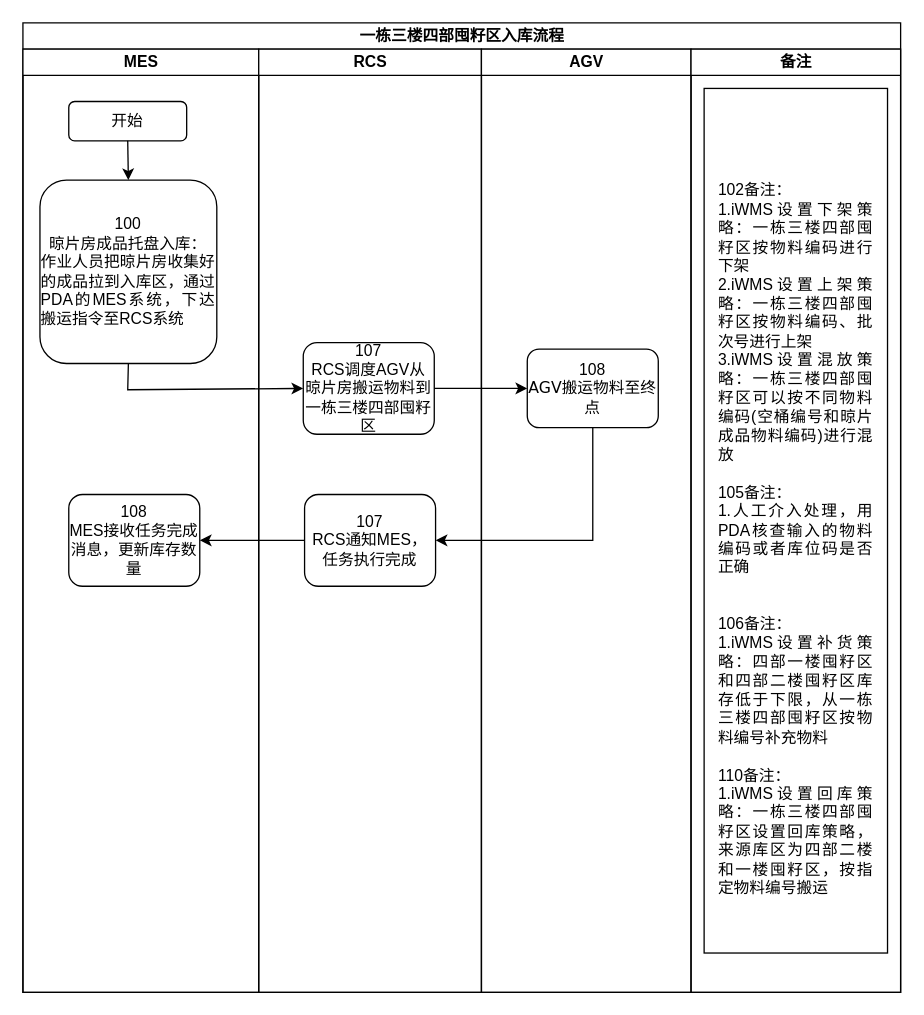
Earlier version of the draw.io diagram page "一栋三楼四部囤籽区入库流程" (8 of 18) of data/伍子醉-无MES业务流程图.drawio (chenyanxi/hosts). Source tidied: cells renumbered, new cells numbered last; positions are measured from the earlier drawing's top-left corner, leaving out a move shared by most shapes. Both pictures are drawn from the tidied source at 131%, with x=0, y=0 at pixel (22, 22).
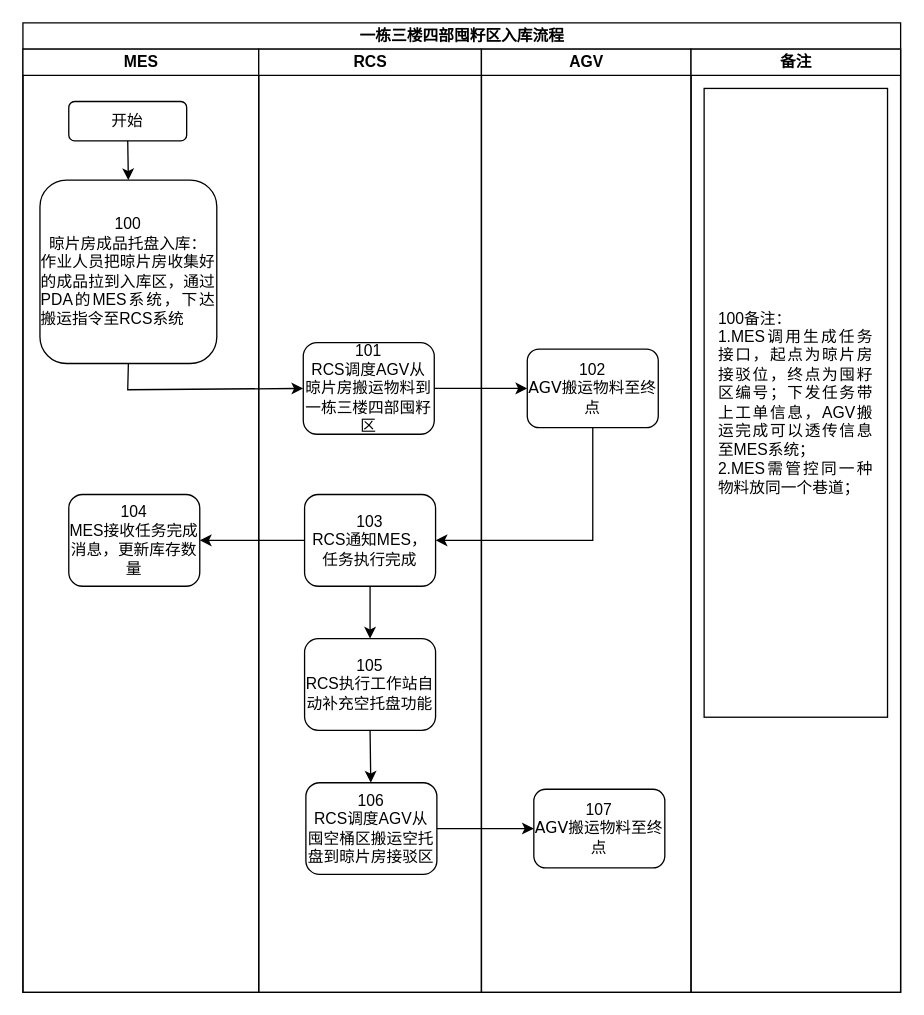
Above is the later version.

Unchanged cells that the change refers to:
```xml
<mxCell id="2" value="&lt;font style=&quot;font-size: 12px;&quot;&gt;一栋三楼四部囤籽区入库流程&lt;/font&gt;" style="swimlane;html=1;startSize=20;rounded=0;shadow=0;labelBackgroundColor=none;strokeWidth=1;fontFamily=Verdana;fontSize=8;align=center;" parent="1" vertex="1">
  <mxGeometry width="670" height="740" as="geometry" />
</mxCell>
<mxCell id="3" value="MES" style="swimlane;html=1;startSize=20;" parent="2" vertex="1">
  <mxGeometry y="20" width="180" height="720" as="geometry" />
</mxCell>
<mxCell id="8" value="RCS" style="swimlane;html=1;startSize=20;" parent="2" vertex="1">
  <mxGeometry x="180" y="20" width="170" height="720" as="geometry" />
</mxCell>
<mxCell id="11" value="AGV" style="swimlane;html=1;startSize=20;" parent="2" vertex="1">
  <mxGeometry x="350" y="20" width="160" height="720" as="geometry" />
</mxCell>
<mxCell id="13" value="备注" style="swimlane;html=1;startSize=20;" parent="2" vertex="1">
  <mxGeometry x="510" y="20" width="160" height="720" as="geometry" />
</mxCell>
```

The edit, as a diff of the source:
```diff
@@
-    <mxCell id="7" value="&lt;font style=&quot;font-size: 12px;&quot; face=&quot;Helvetica&quot;&gt;108&lt;/font&gt;&lt;div&gt;&lt;span style=&quot;font-family: Helvetica; font-size: 12px;&quot;&gt;MES接收任务完成消息，更新库存数量&lt;/span&gt;&lt;/div&gt;" style="rounded=1;whiteSpace=wrap;html=1;shadow=0;labelBackgroundColor=none;strokeWidth=1;fontFamily=Verdana;fontSize=8;align=center;" parent="3" vertex="1">
+    <mxCell id="7" value="&lt;font style=&quot;font-size: 12px;&quot; face=&quot;Helvetica&quot;&gt;104&lt;/font&gt;&lt;div&gt;&lt;span style=&quot;font-family: Helvetica; font-size: 12px;&quot;&gt;MES接收任务完成消息，更新库存数量&lt;/span&gt;&lt;/div&gt;" style="rounded=1;whiteSpace=wrap;html=1;shadow=0;labelBackgroundColor=none;strokeWidth=1;fontFamily=Verdana;fontSize=8;align=center;" parent="3" vertex="1">
       <mxGeometry x="35" y="340" width="100" height="70" as="geometry" />
     </mxCell>
@@
-    <mxCell id="9" value="&lt;font style=&quot;font-size: 12px;&quot; face=&quot;Helvetica&quot;&gt;107&lt;/font&gt;&lt;div&gt;&lt;font style=&quot;&quot; face=&quot;Helvetica&quot;&gt;&lt;span style=&quot;font-size: 12px;&quot;&gt;RCS调度AGV从晾片房搬运物料到一栋三楼四部囤籽区&lt;/span&gt;&lt;/font&gt;&lt;/div&gt;" style="rounded=1;whiteSpace=wrap;html=1;shadow=0;labelBackgroundColor=none;strokeWidth=1;fontFamily=Verdana;fontSize=8;align=center;" parent="8" vertex="1">
+    <mxCell id="9" value="&lt;font style=&quot;font-size: 12px;&quot; face=&quot;Helvetica&quot;&gt;101&lt;/font&gt;&lt;div&gt;&lt;font style=&quot;&quot; face=&quot;Helvetica&quot;&gt;&lt;span style=&quot;font-size: 12px;&quot;&gt;RCS调度AGV从晾片房搬运物料到一栋三楼四部囤籽区&lt;/span&gt;&lt;/font&gt;&lt;/div&gt;" style="rounded=1;whiteSpace=wrap;html=1;shadow=0;labelBackgroundColor=none;strokeWidth=1;fontFamily=Verdana;fontSize=8;align=center;" parent="8" vertex="1">
       <mxGeometry x="34" y="224" width="100" height="70" as="geometry" />
     </mxCell>
-    <mxCell id="10" value="&lt;font style=&quot;font-size: 12px;&quot; face=&quot;Helvetica&quot;&gt;107&lt;/font&gt;&lt;div&gt;&lt;font style=&quot;font-size: 12px;&quot; face=&quot;Helvetica&quot;&gt;RCS通知MES，任务执行完成&lt;/font&gt;&lt;/div&gt;" style="rounded=1;whiteSpace=wrap;html=1;shadow=0;labelBackgroundColor=none;strokeWidth=1;fontFamily=Verdana;fontSize=8;align=center;" parent="8" vertex="1">
+    <mxCell id="10" value="&lt;font style=&quot;font-size: 12px;&quot; face=&quot;Helvetica&quot;&gt;103&lt;/font&gt;&lt;div&gt;&lt;font style=&quot;font-size: 12px;&quot; face=&quot;Helvetica&quot;&gt;RCS通知MES，任务执行完成&lt;/font&gt;&lt;/div&gt;" style="rounded=1;whiteSpace=wrap;html=1;shadow=0;labelBackgroundColor=none;strokeWidth=1;fontFamily=Verdana;fontSize=8;align=center;" parent="8" vertex="1">
       <mxGeometry x="35" y="340" width="100" height="70" as="geometry" />
     </mxCell>
+    <mxCell id="19" value="&lt;font style=&quot;font-size: 12px;&quot; face=&quot;Helvetica&quot;&gt;106&lt;/font&gt;&lt;div&gt;&lt;font style=&quot;font-size: 12px;&quot; face=&quot;Helvetica&quot;&gt;RCS调度AGV从囤空桶区搬运空托盘到晾片房接驳区&lt;/font&gt;&lt;/div&gt;" style="rounded=1;whiteSpace=wrap;html=1;shadow=0;labelBackgroundColor=none;strokeWidth=1;fontFamily=Verdana;fontSize=8;align=center;" parent="8" vertex="1">
+      <mxGeometry x="36" y="560" width="100" height="70" as="geometry" />
+    </mxCell>
+    <mxCell id="20" value="&lt;font style=&quot;font-size: 12px;&quot; face=&quot;Helvetica&quot;&gt;105&lt;/font&gt;&lt;div&gt;&lt;font style=&quot;font-size: 12px;&quot; face=&quot;Helvetica&quot;&gt;RCS执行工作站自动补充空托盘功能&lt;/font&gt;&lt;/div&gt;" style="rounded=1;whiteSpace=wrap;html=1;shadow=0;labelBackgroundColor=none;strokeWidth=1;fontFamily=Verdana;fontSize=8;align=center;" parent="8" vertex="1">
+      <mxGeometry x="35" y="450" width="100" height="70" as="geometry" />
+    </mxCell>
+    <mxCell id="21" style="endArrow=classic;html=1;rounded=0;exitX=0.5;exitY=1;exitDx=0;exitDy=0;" parent="8" edge="1" source="20" target="19">
+      <mxGeometry relative="1" as="geometry" />
+    </mxCell>
+    <mxCell id="22" style="endArrow=classic;html=1;rounded=0;exitX=0.5;exitY=1;exitDx=0;exitDy=0;entryX=0.5;entryY=0;entryDx=0;entryDy=0;" parent="8" edge="1" source="10" target="20">
+      <mxGeometry relative="1" as="geometry" />
+    </mxCell>
@@
-    <mxCell id="12" value="&lt;font style=&quot;font-size: 12px;&quot; face=&quot;Helvetica&quot;&gt;108&lt;/font&gt;&lt;div&gt;&lt;font style=&quot;font-size: 12px;&quot;&gt;AGV搬运物料至终点&lt;/font&gt;&lt;/div&gt;" style="rounded=1;whiteSpace=wrap;html=1;shadow=0;labelBackgroundColor=none;strokeWidth=1;fontFamily=Verdana;fontSize=8;align=center;" parent="11" vertex="1">
+    <mxCell id="12" value="&lt;font style=&quot;font-size: 12px;&quot; face=&quot;Helvetica&quot;&gt;102&lt;/font&gt;&lt;div&gt;&lt;font style=&quot;font-size: 12px;&quot;&gt;AGV搬运物料至终点&lt;/font&gt;&lt;/div&gt;" style="rounded=1;whiteSpace=wrap;html=1;shadow=0;labelBackgroundColor=none;strokeWidth=1;fontFamily=Verdana;fontSize=8;align=center;" parent="11" vertex="1">
       <mxGeometry x="35" y="229" width="100" height="60" as="geometry" />
     </mxCell>
+    <mxCell id="23" value="&lt;font style=&quot;font-size: 12px;&quot; face=&quot;Helvetica&quot;&gt;107&lt;/font&gt;&lt;div&gt;&lt;font style=&quot;font-size: 12px;&quot;&gt;AGV搬运物料至终点&lt;/font&gt;&lt;/div&gt;" style="rounded=1;whiteSpace=wrap;html=1;shadow=0;labelBackgroundColor=none;strokeWidth=1;fontFamily=Verdana;fontSize=8;align=center;" parent="11" vertex="1">
+      <mxGeometry x="40" y="565" width="100" height="60" as="geometry" />
+    </mxCell>
@@
-    <mxCell id="14" value="&lt;div style=&quot;text-align: justify;&quot;&gt;&lt;br&gt;&lt;/div&gt;&lt;div style=&quot;text-align: justify;&quot;&gt;&lt;br&gt;&lt;/div&gt;&lt;div style=&quot;text-align: justify;&quot;&gt;102备注：&lt;/div&gt;&lt;div style=&quot;text-align: justify;&quot;&gt;&lt;span style=&quot;text-align: center; background-color: initial;&quot;&gt;1.iWMS设置下架策略：一栋三楼四部囤籽区按物料编码进行下架&lt;/span&gt;&lt;/div&gt;&lt;div style=&quot;text-align: justify;&quot;&gt;&lt;span style=&quot;text-align: center;&quot;&gt;2.&lt;/span&gt;&lt;span style=&quot;background-color: initial; text-align: center;&quot;&gt;iWMS设置上架策略：&lt;/span&gt;&lt;span style=&quot;text-align: center;&quot;&gt;一栋三楼四部囤籽区&lt;/span&gt;&lt;span style=&quot;background-color: initial; text-align: center;&quot;&gt;按物料编码、批次号进行上架&lt;/span&gt;&lt;/div&gt;&lt;div style=&quot;text-align: justify;&quot;&gt;&lt;div&gt;3.iWMS设置混放策略：&lt;span style=&quot;text-align: center;&quot;&gt;一栋三楼四部囤籽区&lt;/span&gt;可以按不同物料编码(空桶编号和晾片成品物料编码)进行混放&lt;/div&gt;&lt;/div&gt;&lt;div style=&quot;text-align: justify;&quot;&gt;&lt;span style=&quot;text-align: center;&quot;&gt;&lt;br&gt;&lt;/span&gt;&lt;/div&gt;&lt;div style=&quot;text-align: justify;&quot;&gt;&lt;span style=&quot;text-align: center;&quot;&gt;105备注：&lt;/span&gt;&lt;/div&gt;&lt;div style=&quot;text-align: justify;&quot;&gt;1.人工介入处理，用PDA核查输入的物料编码或者库位码是否正确&lt;/div&gt;&lt;div style=&quot;text-align: justify;&quot;&gt;&lt;br&gt;&lt;/div&gt;&lt;div style=&quot;text-align: justify;&quot;&gt;&lt;br&gt;&lt;/div&gt;&lt;div style=&quot;text-align: justify;&quot;&gt;&lt;div&gt;106备注：&lt;/div&gt;&lt;div style=&quot;text-align: justify;&quot;&gt;&lt;span style=&quot;text-align: center;&quot;&gt;1.iWMS设置补货策略：&lt;/span&gt;&lt;span style=&quot;text-align: center;&quot;&gt;四部一楼囤籽区和&lt;/span&gt;&lt;span style=&quot;text-align: center; background-color: initial;&quot;&gt;四部二楼囤籽区&lt;/span&gt;&lt;span style=&quot;text-align: center; background-color: initial;&quot;&gt;库存低于下限，从一栋三楼四部囤籽区按物料编号补充物料&lt;/span&gt;&lt;/div&gt;&lt;div&gt;&lt;br&gt;&lt;/div&gt;&lt;div&gt;&lt;div&gt;110备注：&lt;/div&gt;&lt;div&gt;1.iWMS设置回库策略：一栋三楼四部囤籽区设置回库策略，来源库区为四部二楼和一楼囤籽区，按指定物料编号搬运&lt;/div&gt;&lt;/div&gt;&lt;/div&gt;" style="rounded=0;whiteSpace=wrap;html=1;spacingTop=5;spacingLeft=10;spacingBottom=5;spacingRight=10;" parent="13" vertex="1">
-      <mxGeometry x="10" y="30" width="140" height="660" as="geometry" />
+    <mxCell id="14" value="&lt;div style=&quot;text-align: justify;&quot;&gt;&lt;div&gt;100备注：&lt;/div&gt;&lt;div&gt;1.&lt;span style=&quot;background-color: initial; text-align: center;&quot;&gt;MES调用生成任务接口，起点为晾片房接驳位，终点为囤籽区编号；下发任务带上工单信息，AGV搬运完成可以透传信息至MES系统；&lt;/span&gt;&lt;/div&gt;&lt;div&gt;2.MES需管控同一种物料放同一个巷道；&lt;/div&gt;&lt;/div&gt;" style="rounded=0;whiteSpace=wrap;html=1;spacingTop=5;spacingLeft=10;spacingBottom=5;spacingRight=10;" parent="13" vertex="1">
+      <mxGeometry x="10" y="30" width="140" height="480" as="geometry" />
     </mxCell>
@@
+    <mxCell id="24" style="endArrow=classic;html=1;rounded=0;exitX=1;exitY=0.5;exitDx=0;exitDy=0;entryX=0;entryY=0.5;entryDx=0;entryDy=0;" parent="2" edge="1" source="19" target="23">
+      <mxGeometry relative="1" as="geometry" />
+    </mxCell>
```
